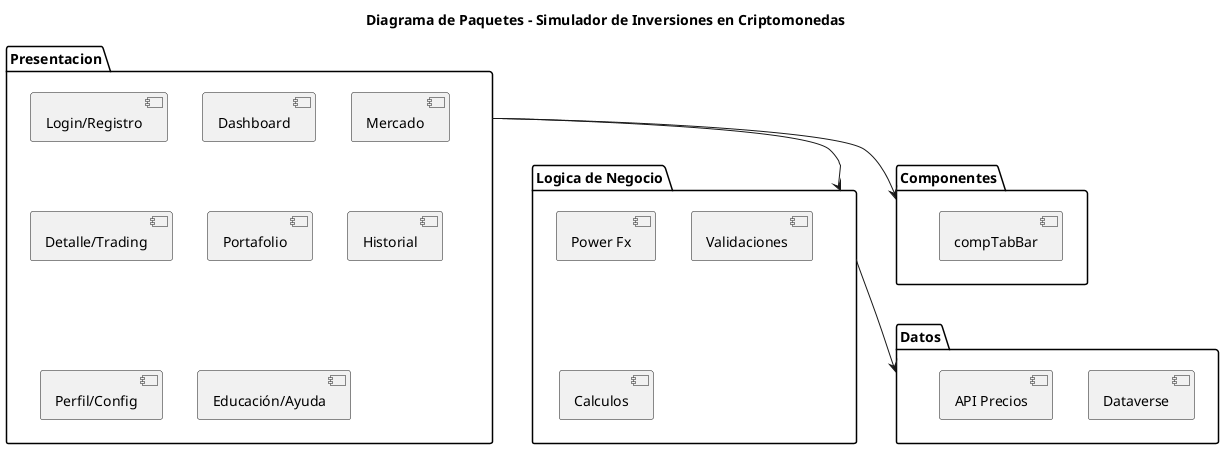
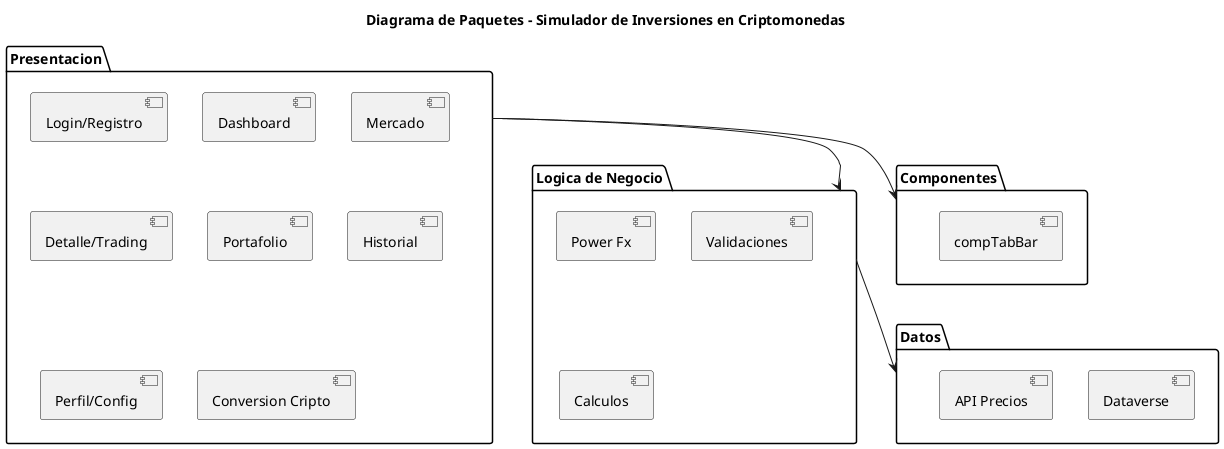
@startuml
title Diagrama de Paquetes - Simulador de Inversiones en Criptomonedas

package "Presentacion" {
  [Login/Registro]
  [Dashboard]
  [Mercado]
  [Detalle/Trading]
  [Portafolio]
  [Historial]
  [Perfil/Config]
-   [Educación/Ayuda]
+   [Conversion Cripto]
}

package "Logica de Negocio" {
  [Power Fx]
  [Validaciones]
  [Calculos]
}

package "Datos" {
  [Dataverse]
  [API Precios]
}

package "Componentes" {
  [compTabBar]
}

Presentacion --> "Logica de Negocio"
Presentacion --> Componentes
"Logica de Negocio" --> Datos

@enduml
